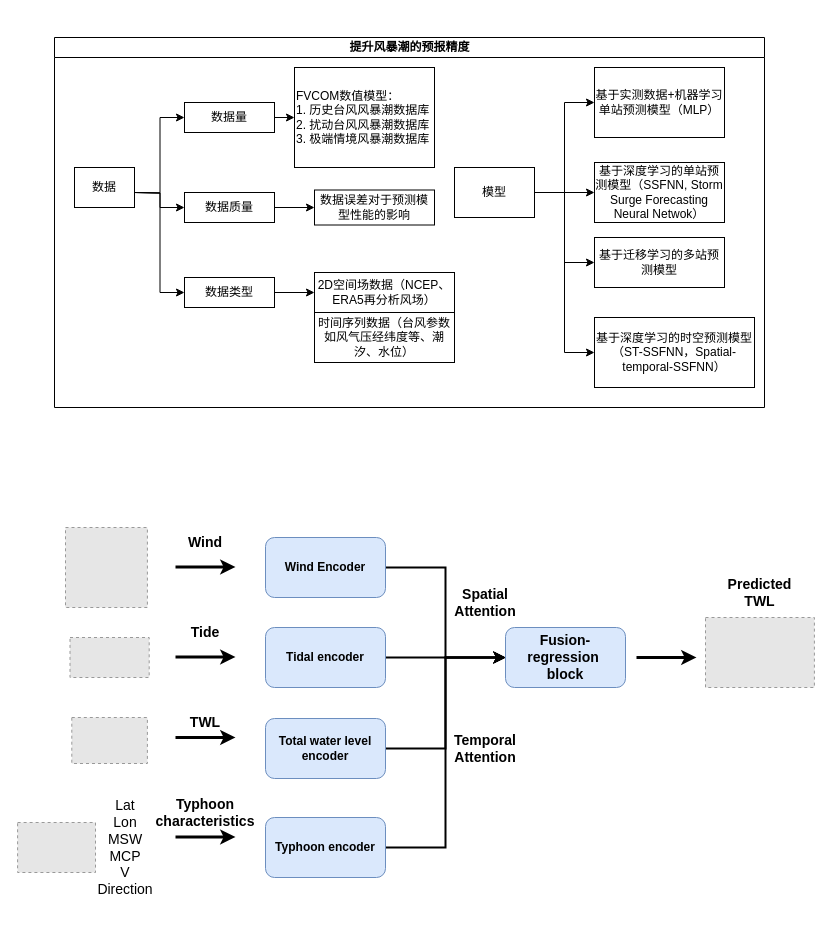
Above: 硕士论文.drawio in Xylitolor/Xylitolee (draw.io), before the change. Source tidied: cells renumbered, new cells numbered last; positions are measured from the earlier drawing's top-left corner, leaving out a move shared by most shapes. Both pictures are drawn from the tidied source at 100%, with x=0, y=0 at pixel (17, 37). Pictures stored in the file or linked from it are replaced by grey dashed boxes.
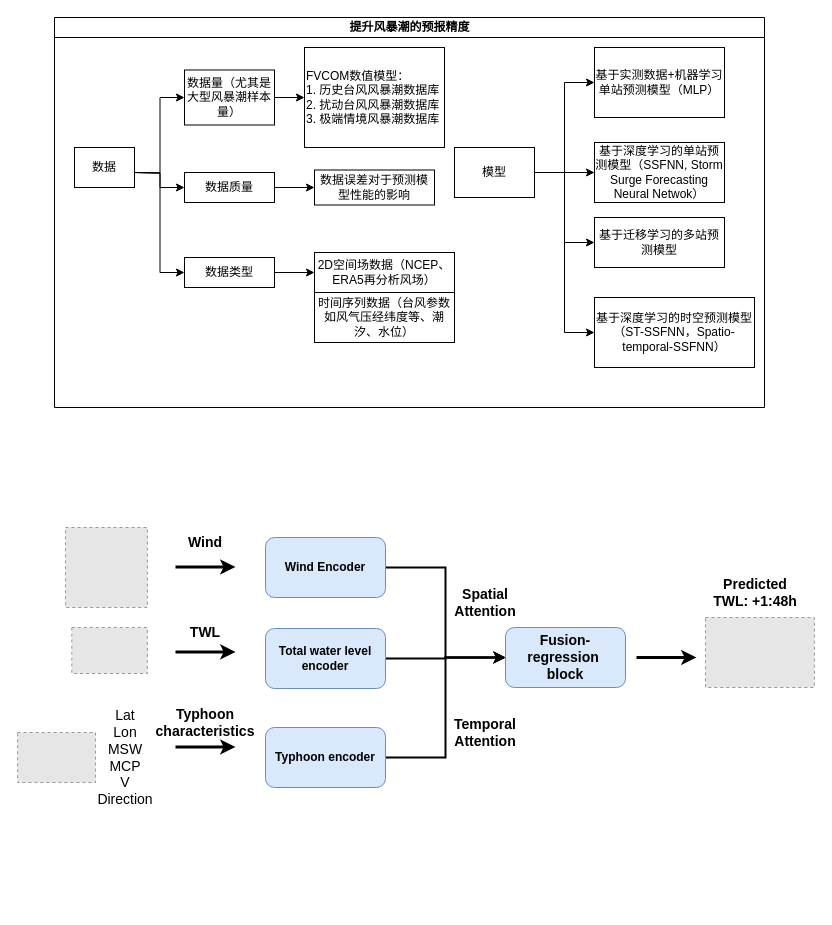
The same page after the edit.

Commit message:
更新硕士论文.drawio

The change refers to these unchanged cells:
```xml
<mxCell id="49" value="Fusion-regression&amp;nbsp;&lt;br&gt;block" style="rounded=1;whiteSpace=wrap;html=1;fontSize=14;fillColor=#dae8fc;strokeColor=#6c8ebf;fontStyle=1;" parent="1" vertex="1">
  <mxGeometry x="488" y="590" width="120" height="60" as="geometry" />
</mxCell>
```

Diff of the diagram source:
```diff
@@
     <mxCell id="2" style="fillColor=#E6E6E6;strokeColor=#999999;dashed=1;verticalLabelPosition=bottom;labelBackgroundColor=default;verticalAlign=top;" parent="1" vertex="1">
-      <mxGeometry x="0.1" y="785" width="77.9" height="50" as="geometry" />
+      <mxGeometry x="0.1" y="695" width="77.9" height="50" as="geometry" />
     </mxCell>
     <mxCell id="3" value="提升风暴潮的预报精度" style="swimlane;html=1;startSize=20;horizontal=1;containerType=tree;glass=0;" parent="1" vertex="1">
-      <mxGeometry x="37" width="710" height="370" as="geometry" />
+      <mxGeometry x="37" y="-20" width="710" height="390" as="geometry" />
     </mxCell>
@@
-    <mxCell id="9" value="数据量" style="rounded=0;whiteSpace=wrap;html=1;" parent="3" vertex="1">
-      <mxGeometry x="130" y="65" width="90" height="30" as="geometry" />
+    <mxCell id="9" value="数据量（尤其是大型风暴潮样本量）" style="rounded=0;whiteSpace=wrap;html=1;" parent="3" vertex="1">
+      <mxGeometry x="130" y="52.5" width="90" height="55" as="geometry" />
     </mxCell>
@@
-    <mxCell id="21" value="基于深度学习的时空预测模型（ST-SSFNN，Spatial-temporal-SSFNN）" style="rounded=0;whiteSpace=wrap;html=1;" parent="3" vertex="1">
+    <mxCell id="21" value="基于深度学习的时空预测模型（ST-SSFNN，Spatio-temporal-SSFNN）" style="rounded=0;whiteSpace=wrap;html=1;" parent="3" vertex="1">
       <mxGeometry x="540" y="280" width="160" height="70" as="geometry" />
     </mxCell>
     <mxCell id="22" value="FVCOM数值模型：&lt;br&gt;1. 历史台风风暴潮数据库&lt;br&gt;2. 扰动台风风暴潮数据库&lt;br&gt;3. 极端情境风暴潮数据库" style="rounded=0;whiteSpace=wrap;html=1;align=left;" parent="3" vertex="1">
-      <mxGeometry x="240" y="30" width="140" height="100" as="geometry" />
+      <mxGeometry x="250" y="30" width="140" height="100" as="geometry" />
     </mxCell>
@@
-    <mxCell id="29" style="edgeStyle=orthogonalEdgeStyle;rounded=0;jettySize=auto;html=1;exitX=1;exitY=0.5;exitDx=0;exitDy=0;entryX=0;entryY=0.5;entryDx=0;entryDy=0;strokeWidth=2;fontSize=14;" parent="1" edge="1" source="30" target="49">
-      <mxGeometry relative="1" as="geometry" />
-    </mxCell>
-    <mxCell id="30" value="Tidal encoder" style="rounded=1;whiteSpace=wrap;html=1;fillColor=#dae8fc;strokeColor=#6c8ebf;fontStyle=1;" parent="1" vertex="1">
-      <mxGeometry x="248" y="590" width="120" height="60" as="geometry" />
-    </mxCell>
@@
     <mxCell id="32" value="Total water level encoder" style="rounded=1;whiteSpace=wrap;html=1;fillColor=#dae8fc;strokeColor=#6c8ebf;fontStyle=1;" parent="1" vertex="1">
-      <mxGeometry x="248" y="681" width="120" height="60" as="geometry" />
+      <mxGeometry x="248" y="591" width="120" height="60" as="geometry" />
     </mxCell>
@@
     <mxCell id="34" value="Typhoon encoder" style="rounded=1;whiteSpace=wrap;html=1;fillColor=#dae8fc;strokeColor=#6c8ebf;fontStyle=1;" parent="1" vertex="1">
-      <mxGeometry x="248" y="780" width="120" height="60" as="geometry" />
+      <mxGeometry x="248" y="690" width="120" height="60" as="geometry" />
     </mxCell>
@@
-    <mxCell id="36" style="endArrow=classic;html=1;rounded=0;strokeWidth=3;" parent="1" edge="1">
-      <mxGeometry relative="1" as="geometry">
-        <mxPoint x="158" y="619.5" as="sourcePoint" />
-        <mxPoint x="218" y="619.5" as="targetPoint" />
-      </mxGeometry>
-    </mxCell>
     <mxCell id="37" style="endArrow=classic;html=1;rounded=0;strokeWidth=3;" parent="1" edge="1">
       <mxGeometry relative="1" as="geometry">
-        <mxPoint x="158" y="700" as="sourcePoint" />
-        <mxPoint x="218" y="700" as="targetPoint" />
+        <mxPoint x="158" y="614.4" as="sourcePoint" />
+        <mxPoint x="218" y="614.4" as="targetPoint" />
       </mxGeometry>
     </mxCell>
     <mxCell id="38" style="endArrow=classic;html=1;rounded=0;strokeWidth=3;" parent="1" edge="1">
       <mxGeometry relative="1" as="geometry">
-        <mxPoint x="158" y="799.5" as="sourcePoint" />
-        <mxPoint x="218" y="799.5" as="targetPoint" />
+        <mxPoint x="158" y="709.5" as="sourcePoint" />
+        <mxPoint x="218" y="709.5" as="targetPoint" />
       </mxGeometry>
     </mxCell>
@@
     <mxCell id="41" style="fillColor=#E6E6E6;strokeColor=#999999;dashed=1;verticalLabelPosition=bottom;labelBackgroundColor=default;verticalAlign=top;" parent="1" vertex="1">
-      <mxGeometry x="54.3" y="680" width="75.6" height="46" as="geometry" />
+      <mxGeometry x="54.3" y="590" width="75.6" height="46" as="geometry" />
     </mxCell>
     <mxCell id="42" value="TWL" style="text;html=1;strokeColor=none;fillColor=none;align=center;verticalAlign=middle;whiteSpace=wrap;rounded=0;fontStyle=1;fontSize=14;" parent="1" vertex="1">
-      <mxGeometry x="158" y="670" width="60" height="30" as="geometry" />
+      <mxGeometry x="158" y="580" width="60" height="30" as="geometry" />
     </mxCell>
@@
-    <mxCell id="44" style="fillColor=#E6E6E6;strokeColor=#999999;dashed=1;verticalLabelPosition=bottom;labelBackgroundColor=default;verticalAlign=top;" parent="1" vertex="1">
-      <mxGeometry x="52.5" y="600" width="79.2" height="40" as="geometry" />
-    </mxCell>
-    <mxCell id="45" value="&lt;b&gt;Tide&lt;/b&gt;" style="text;html=1;strokeColor=none;fillColor=none;align=center;verticalAlign=middle;whiteSpace=wrap;rounded=0;fontSize=14;" parent="1" vertex="1">
-      <mxGeometry x="158" y="580" width="60" height="30" as="geometry" />
-    </mxCell>
     <mxCell id="46" value="Lat&lt;br&gt;Lon&lt;br&gt;MSW&lt;br&gt;MCP&lt;br&gt;V&lt;br&gt;Direction" style="text;html=1;strokeColor=none;fillColor=none;align=center;verticalAlign=middle;whiteSpace=wrap;rounded=0;fontSize=14;" parent="1" vertex="1">
-      <mxGeometry x="78" y="750" width="60" height="120" as="geometry" />
+      <mxGeometry x="78" y="660" width="60" height="120" as="geometry" />
     </mxCell>
     <mxCell id="47" value="Typhoon&lt;br&gt;characteristics" style="text;html=1;strokeColor=none;fillColor=none;align=center;verticalAlign=middle;whiteSpace=wrap;rounded=0;fontStyle=1;fontSize=14;" parent="1" vertex="1">
-      <mxGeometry x="158" y="760" width="60" height="30" as="geometry" />
+      <mxGeometry x="158" y="670" width="60" height="30" as="geometry" />
     </mxCell>
@@
     <mxCell id="50" value="Temporal Attention" style="text;html=1;strokeColor=none;fillColor=none;align=center;verticalAlign=middle;whiteSpace=wrap;rounded=0;fontStyle=1;fontSize=14;" parent="1" vertex="1">
-      <mxGeometry x="438" y="696" width="60" height="30" as="geometry" />
+      <mxGeometry x="438" y="680" width="60" height="30" as="geometry" />
     </mxCell>
@@
-    <mxCell id="52" value="Predicted TWL" style="text;html=1;strokeColor=none;fillColor=none;align=center;verticalAlign=middle;whiteSpace=wrap;rounded=0;fontStyle=1;fontSize=14;" parent="1" vertex="1">
-      <mxGeometry x="697" y="540" width="91" height="30" as="geometry" />
+    <mxCell id="52" value="Predicted TWL: +1:48h" style="text;html=1;strokeColor=none;fillColor=none;align=center;verticalAlign=middle;whiteSpace=wrap;rounded=0;fontStyle=1;fontSize=14;" parent="1" vertex="1">
+      <mxGeometry x="688" y="540" width="100" height="30" as="geometry" />
     </mxCell>
```
